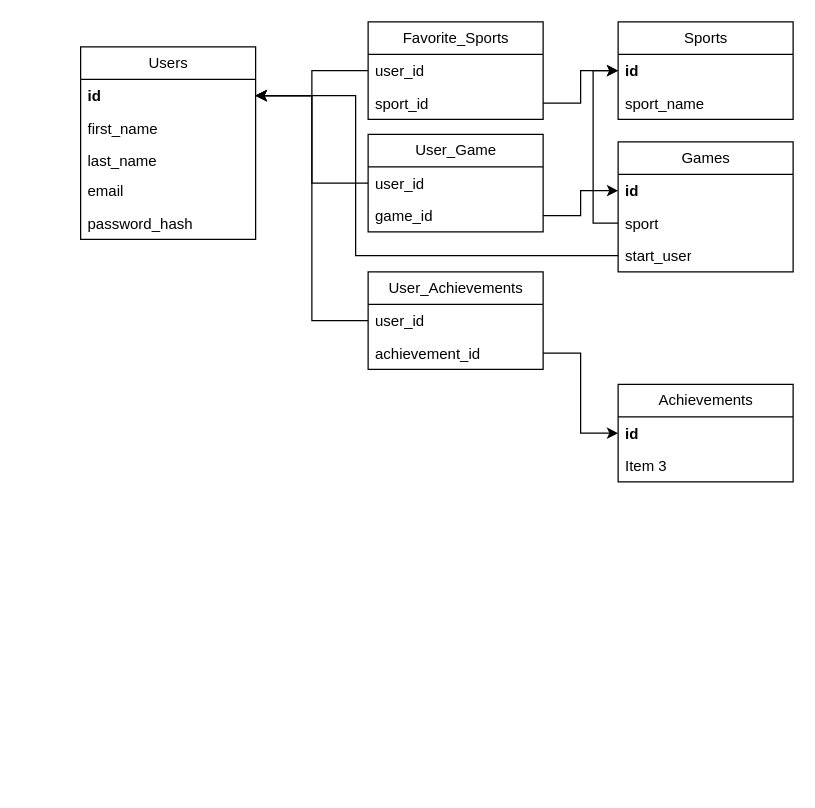
Earlier version of the draw.io diagram diagrams/pickupDB.drawio (Sroberts03/pickup). Source tidied: cells renumbered, new cells numbered last; positions are measured from the earlier drawing's top-left corner, leaving out a move shared by most shapes. Both pictures are drawn from the tidied source at 125%, with x=0, y=0 at pixel (80, 21).
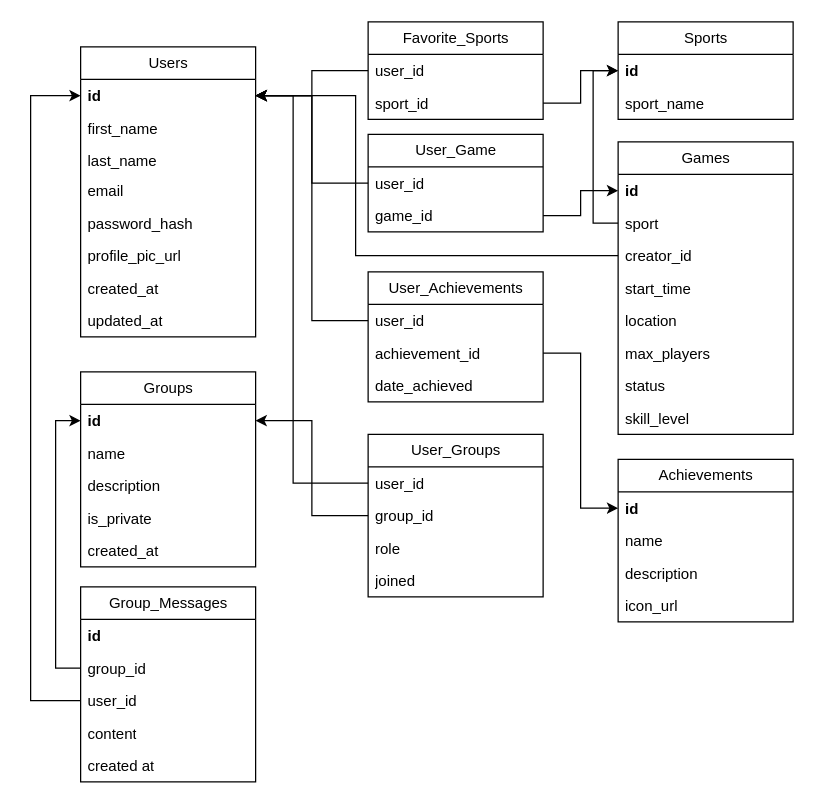
The same diagram, later.

Commit message (it also covers changes not shown here):
feat: update diagram structure and add new fields for user and group entities

Unchanged cells that the change refers to:
```xml
<mxCell id="3" value="id" style="text;strokeColor=none;fillColor=none;align=left;verticalAlign=top;spacingLeft=4;spacingRight=4;overflow=hidden;points=[[0,0.5],[1,0.5]];portConstraint=eastwest;whiteSpace=wrap;html=1;fontStyle=1;shadow=0;glass=0;rounded=0;" parent="2" vertex="1">
  <mxGeometry y="26" width="140" height="26" as="geometry" />
</mxCell>
```

The edit, as a diff of the source:
```diff
@@
     <mxCell id="2" value="Users" style="swimlane;fontStyle=0;horizontal=1;startSize=26;fillColor=none;html=1;rounded=0;shadow=0;glass=0;swimlaneLine=1;" parent="1" vertex="1">
-      <mxGeometry y="20" width="140" height="154" as="geometry" />
+      <mxGeometry y="20" width="140" height="232" as="geometry" />
     </mxCell>
@@
+    <mxCell id="35" value="profile_pic_url" style="text;strokeColor=none;fillColor=none;align=left;verticalAlign=top;spacingLeft=4;spacingRight=4;overflow=hidden;whiteSpace=wrap;html=1;" parent="2" vertex="1">
+      <mxGeometry y="154" width="140" height="26" as="geometry" />
+    </mxCell>
+    <mxCell id="36" value="created_at" style="text;strokeColor=none;fillColor=none;align=left;verticalAlign=top;spacingLeft=4;spacingRight=4;overflow=hidden;whiteSpace=wrap;html=1;" parent="2" vertex="1">
+      <mxGeometry y="180" width="140" height="26" as="geometry" />
+    </mxCell>
+    <mxCell id="37" value="updated_at" style="text;strokeColor=none;fillColor=none;align=left;verticalAlign=top;spacingLeft=4;spacingRight=4;overflow=hidden;whiteSpace=wrap;html=1;" parent="2" vertex="1">
+      <mxGeometry y="206" width="140" height="26" as="geometry" />
+    </mxCell>
@@
     <mxCell id="14" value="Games" style="swimlane;fontStyle=0;horizontal=1;startSize=26;fillColor=none;html=1;" parent="1" vertex="1">
-      <mxGeometry x="430" y="96" width="140" height="104" as="geometry" />
+      <mxGeometry x="430" y="96" width="140" height="234" as="geometry" />
     </mxCell>
@@
-    <mxCell id="17" value="start_user" style="text;strokeColor=none;fillColor=none;align=left;verticalAlign=top;spacingLeft=4;spacingRight=4;overflow=hidden;points=[[0,0.5],[1,0.5]];portConstraint=eastwest;whiteSpace=wrap;html=1;" parent="14" vertex="1">
+    <mxCell id="17" value="creator_id" style="text;strokeColor=none;fillColor=none;align=left;verticalAlign=top;spacingLeft=4;spacingRight=4;overflow=hidden;points=[[0,0.5],[1,0.5]];portConstraint=eastwest;whiteSpace=wrap;html=1;" parent="14" vertex="1">
       <mxGeometry y="78" width="140" height="26" as="geometry" />
     </mxCell>
+    <mxCell id="38" value="start_time" style="text;strokeColor=none;fillColor=none;align=left;verticalAlign=top;spacingLeft=4;spacingRight=4;overflow=hidden;whiteSpace=wrap;html=1;" parent="14" vertex="1">
+      <mxGeometry y="104" width="140" height="26" as="geometry" />
+    </mxCell>
+    <mxCell id="39" value="location" style="text;strokeColor=none;fillColor=none;align=left;verticalAlign=top;spacingLeft=4;spacingRight=4;overflow=hidden;whiteSpace=wrap;html=1;" parent="14" vertex="1">
+      <mxGeometry y="130" width="140" height="26" as="geometry" />
+    </mxCell>
+    <mxCell id="40" value="max_players" style="text;strokeColor=none;fillColor=none;align=left;verticalAlign=top;spacingLeft=4;spacingRight=4;overflow=hidden;whiteSpace=wrap;html=1;" parent="14" vertex="1">
+      <mxGeometry y="156" width="140" height="26" as="geometry" />
+    </mxCell>
+    <mxCell id="41" value="status" style="text;strokeColor=none;fillColor=none;align=left;verticalAlign=top;spacingLeft=4;spacingRight=4;overflow=hidden;whiteSpace=wrap;html=1;" parent="14" vertex="1">
+      <mxGeometry y="182" width="140" height="26" as="geometry" />
+    </mxCell>
+    <mxCell id="42" value="skill_level" style="text;strokeColor=none;fillColor=none;align=left;verticalAlign=top;spacingLeft=4;spacingRight=4;overflow=hidden;whiteSpace=wrap;html=1;" parent="14" vertex="1">
+      <mxGeometry y="208" width="140" height="26" as="geometry" />
+    </mxCell>
@@
     <mxCell id="21" value="Achievements" style="swimlane;fontStyle=0;horizontal=1;startSize=26;fillColor=none;html=1;" parent="1" vertex="1">
-      <mxGeometry x="430" y="290" width="140" height="78" as="geometry" />
+      <mxGeometry x="430" y="350" width="140" height="130" as="geometry" />
     </mxCell>
@@
-    <mxCell id="23" value="Item 3" style="text;strokeColor=none;fillColor=none;align=left;verticalAlign=top;spacingLeft=4;spacingRight=4;overflow=hidden;whiteSpace=wrap;html=1;" parent="21" vertex="1">
+    <mxCell id="23" value="name" style="text;strokeColor=none;fillColor=none;align=left;verticalAlign=top;spacingLeft=4;spacingRight=4;overflow=hidden;whiteSpace=wrap;html=1;" parent="21" vertex="1">
       <mxGeometry y="52" width="140" height="26" as="geometry" />
     </mxCell>
+    <mxCell id="43" value="description" style="text;strokeColor=none;fillColor=none;align=left;verticalAlign=top;spacingLeft=4;spacingRight=4;overflow=hidden;whiteSpace=wrap;html=1;" parent="21" vertex="1">
+      <mxGeometry y="78" width="140" height="26" as="geometry" />
+    </mxCell>
+    <mxCell id="44" value="icon_url&lt;div&gt;&lt;br&gt;&lt;/div&gt;" style="text;strokeColor=none;fillColor=none;align=left;verticalAlign=top;spacingLeft=4;spacingRight=4;overflow=hidden;whiteSpace=wrap;html=1;" parent="21" vertex="1">
+      <mxGeometry y="104" width="140" height="26" as="geometry" />
+    </mxCell>
     <mxCell id="24" value="User_Achievements" style="swimlane;fontStyle=0;horizontal=1;startSize=26;fillColor=none;html=1;" parent="1" vertex="1">
-      <mxGeometry x="230" y="200" width="140" height="78" as="geometry" />
+      <mxGeometry x="230" y="200" width="140" height="104" as="geometry" />
     </mxCell>
@@
+    <mxCell id="45" value="date_achieved" style="text;strokeColor=none;fillColor=none;align=left;verticalAlign=top;spacingLeft=4;spacingRight=4;overflow=hidden;whiteSpace=wrap;html=1;" parent="24" vertex="1">
+      <mxGeometry y="78" width="140" height="26" as="geometry" />
+    </mxCell>
@@
+    <mxCell id="46" value="Groups" style="swimlane;fontStyle=0;horizontal=1;startSize=26;fillColor=none;html=1;" parent="1" vertex="1">
+      <mxGeometry y="280" width="140" height="156" as="geometry" />
+    </mxCell>
+    <mxCell id="47" value="id" style="text;strokeColor=none;fillColor=none;align=left;verticalAlign=top;spacingLeft=4;spacingRight=4;overflow=hidden;points=[[0,0.5],[1,0.5]];portConstraint=eastwest;whiteSpace=wrap;html=1;fontStyle=1;" parent="46" vertex="1">
+      <mxGeometry y="26" width="140" height="26" as="geometry" />
+    </mxCell>
+    <mxCell id="48" value="name" style="text;strokeColor=none;fillColor=none;align=left;verticalAlign=top;spacingLeft=4;spacingRight=4;overflow=hidden;whiteSpace=wrap;html=1;" parent="46" vertex="1">
+      <mxGeometry y="52" width="140" height="26" as="geometry" />
+    </mxCell>
+    <mxCell id="49" value="description" style="text;strokeColor=none;fillColor=none;align=left;verticalAlign=top;spacingLeft=4;spacingRight=4;overflow=hidden;whiteSpace=wrap;html=1;" parent="46" vertex="1">
+      <mxGeometry y="78" width="140" height="26" as="geometry" />
+    </mxCell>
+    <mxCell id="50" value="is_private" style="text;strokeColor=none;fillColor=none;align=left;verticalAlign=top;spacingLeft=4;spacingRight=4;overflow=hidden;whiteSpace=wrap;html=1;" parent="46" vertex="1">
+      <mxGeometry y="104" width="140" height="26" as="geometry" />
+    </mxCell>
+    <mxCell id="51" value="created_at" style="text;strokeColor=none;fillColor=none;align=left;verticalAlign=top;spacingLeft=4;spacingRight=4;overflow=hidden;whiteSpace=wrap;html=1;" parent="46" vertex="1">
+      <mxGeometry y="130" width="140" height="26" as="geometry" />
+    </mxCell>
+    <mxCell id="52" value="User_Groups" style="swimlane;fontStyle=0;horizontal=1;startSize=26;fillColor=none;html=1;" parent="1" vertex="1">
+      <mxGeometry x="230" y="330" width="140" height="130" as="geometry" />
+    </mxCell>
+    <mxCell id="53" value="user_id" style="text;strokeColor=none;fillColor=none;align=left;verticalAlign=top;spacingLeft=4;spacingRight=4;overflow=hidden;points=[[0,0.5],[1,0.5]];portConstraint=eastwest;whiteSpace=wrap;html=1;" parent="52" vertex="1">
+      <mxGeometry y="26" width="140" height="26" as="geometry" />
+    </mxCell>
+    <mxCell id="54" value="group_id" style="text;strokeColor=none;fillColor=none;align=left;verticalAlign=top;spacingLeft=4;spacingRight=4;overflow=hidden;points=[[0,0.5],[1,0.5]];portConstraint=eastwest;whiteSpace=wrap;html=1;" parent="52" vertex="1">
+      <mxGeometry y="52" width="140" height="26" as="geometry" />
+    </mxCell>
+    <mxCell id="55" value="role&lt;div&gt;&lt;br&gt;&lt;/div&gt;" style="text;strokeColor=none;fillColor=none;align=left;verticalAlign=top;spacingLeft=4;spacingRight=4;overflow=hidden;whiteSpace=wrap;html=1;" parent="52" vertex="1">
+      <mxGeometry y="78" width="140" height="26" as="geometry" />
+    </mxCell>
+    <mxCell id="56" value="joined" style="text;strokeColor=none;fillColor=none;align=left;verticalAlign=top;spacingLeft=4;spacingRight=4;overflow=hidden;whiteSpace=wrap;html=1;" parent="52" vertex="1">
+      <mxGeometry y="104" width="140" height="26" as="geometry" />
+    </mxCell>
+    <mxCell id="57" style="edgeStyle=orthogonalEdgeStyle;rounded=0;jettySize=auto;html=1;exitX=0;exitY=0.5;exitDx=0;exitDy=0;entryX=1;entryY=0.5;entryDx=0;entryDy=0;" parent="1" edge="1" source="54" target="47">
+      <mxGeometry relative="1" as="geometry" />
+    </mxCell>
+    <mxCell id="58" style="edgeStyle=orthogonalEdgeStyle;rounded=0;jettySize=auto;html=1;exitX=0;exitY=0.5;exitDx=0;exitDy=0;entryX=1;entryY=0.5;entryDx=0;entryDy=0;" parent="1" edge="1" source="53" target="3">
+      <mxGeometry relative="1" as="geometry">
+        <Array as="points">
+          <mxPoint x="170" y="369" />
+          <mxPoint x="170" y="59" />
+        </Array>
+      </mxGeometry>
+    </mxCell>
+    <mxCell id="59" value="Group_Messages" style="swimlane;fontStyle=0;horizontal=1;startSize=26;fillColor=none;html=1;" parent="1" vertex="1">
+      <mxGeometry y="452" width="140" height="156" as="geometry" />
+    </mxCell>
+    <mxCell id="60" value="id" style="text;strokeColor=none;fillColor=none;align=left;verticalAlign=top;spacingLeft=4;spacingRight=4;overflow=hidden;whiteSpace=wrap;html=1;fontStyle=1;" parent="59" vertex="1">
+      <mxGeometry y="26" width="140" height="26" as="geometry" />
+    </mxCell>
+    <mxCell id="61" value="group_id" style="text;strokeColor=none;fillColor=none;align=left;verticalAlign=top;spacingLeft=4;spacingRight=4;overflow=hidden;points=[[0,0.5],[1,0.5]];portConstraint=eastwest;whiteSpace=wrap;html=1;" parent="59" vertex="1">
+      <mxGeometry y="52" width="140" height="26" as="geometry" />
+    </mxCell>
+    <mxCell id="62" value="user_id" style="text;strokeColor=none;fillColor=none;align=left;verticalAlign=top;spacingLeft=4;spacingRight=4;overflow=hidden;points=[[0,0.5],[1,0.5]];portConstraint=eastwest;whiteSpace=wrap;html=1;" parent="59" vertex="1">
+      <mxGeometry y="78" width="140" height="26" as="geometry" />
+    </mxCell>
+    <mxCell id="63" value="content" style="text;strokeColor=none;fillColor=none;align=left;verticalAlign=top;spacingLeft=4;spacingRight=4;overflow=hidden;whiteSpace=wrap;html=1;" parent="59" vertex="1">
+      <mxGeometry y="104" width="140" height="26" as="geometry" />
+    </mxCell>
+    <mxCell id="64" value="created at" style="text;strokeColor=none;fillColor=none;align=left;verticalAlign=top;spacingLeft=4;spacingRight=4;overflow=hidden;whiteSpace=wrap;html=1;" parent="59" vertex="1">
+      <mxGeometry y="130" width="140" height="26" as="geometry" />
+    </mxCell>
+    <mxCell id="65" style="edgeStyle=orthogonalEdgeStyle;rounded=0;jettySize=auto;html=1;exitX=0;exitY=0.5;exitDx=0;exitDy=0;entryX=0;entryY=0.5;entryDx=0;entryDy=0;" parent="1" edge="1" source="61" target="47">
+      <mxGeometry relative="1" as="geometry" />
+    </mxCell>
+    <mxCell id="66" style="edgeStyle=orthogonalEdgeStyle;rounded=0;jettySize=auto;html=1;entryX=0;entryY=0.5;entryDx=0;entryDy=0;" parent="1" edge="1" source="62" target="3">
+      <mxGeometry relative="1" as="geometry">
+        <Array as="points">
+          <mxPoint x="-40" y="543" />
+          <mxPoint x="-40" y="59" />
+        </Array>
+      </mxGeometry>
+    </mxCell>
```
